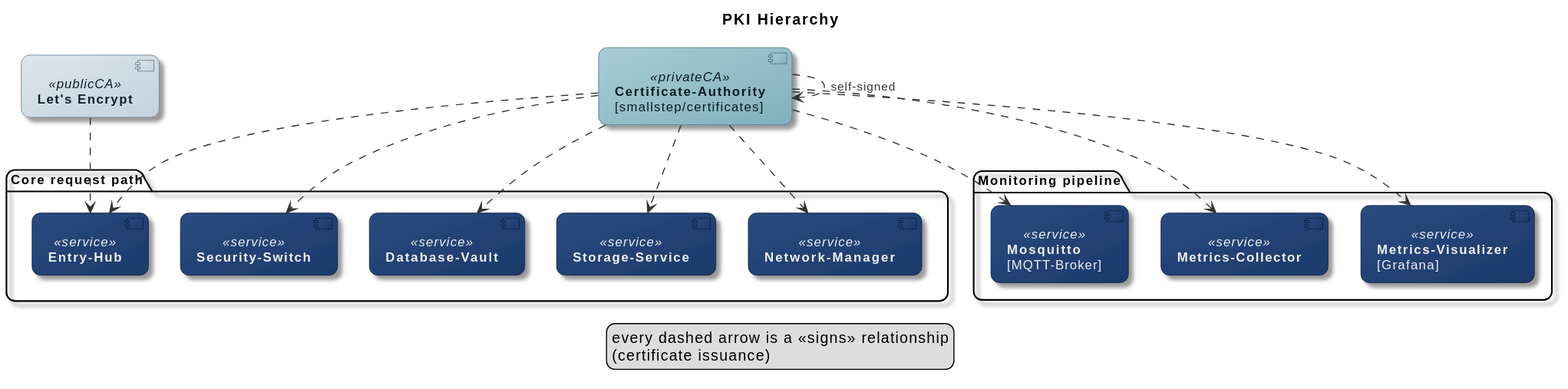
This is docs/design/diagrams/rendered/08-security-pki-hierarchy.svg from Verryx-02/RAM-USB, a PlantUML export, as it was before one commit.
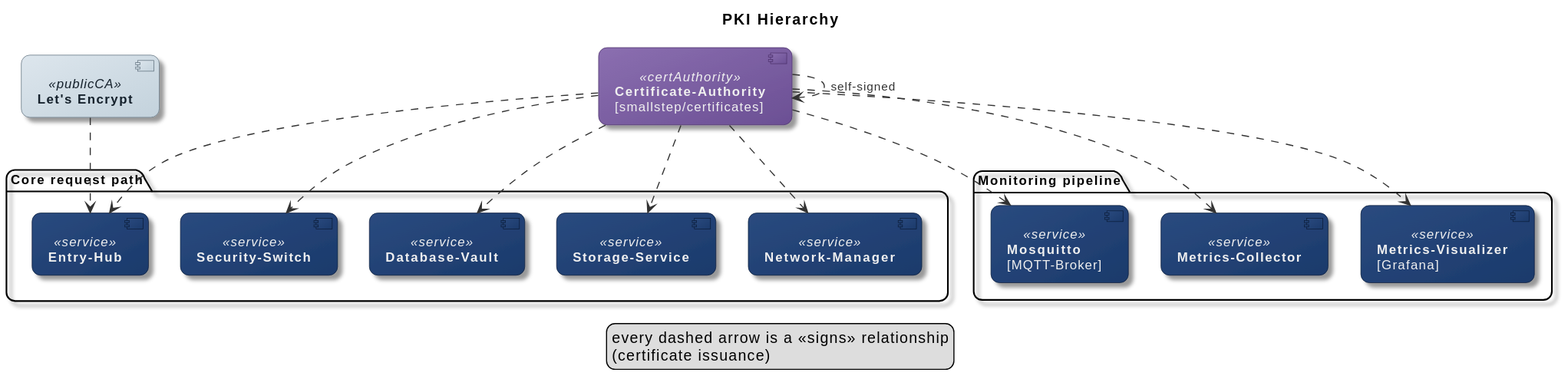
The same file after the commit.

Commit message:
fix(project): give Certificate-Authority a dedicated stereotype distinct from monitoring infrastructure

The edit, as a diff of the source:
```diff
@@ -12,14 +12,9 @@
   BorderColor #5A6B78
   FontColor #14202B
 }
-skinparam component<<privateCA>> {
-  BackgroundColor #A9CDD6/#7FB0BC
-  BorderColor #3D6570
-  FontColor #0A1B22
-}
 
 component "**Let's Encrypt**" as LetsEncrypt <<publicCA>>
-component "**Certificate-Authority**\n[smallstep/certificates]" as PrivateCA <<privateCA>>
+component "**Certificate-Authority**\n[smallstep/certificates]" as PrivateCA <<certAuthority>>
 
 package "Core request path" {
   together {
```
